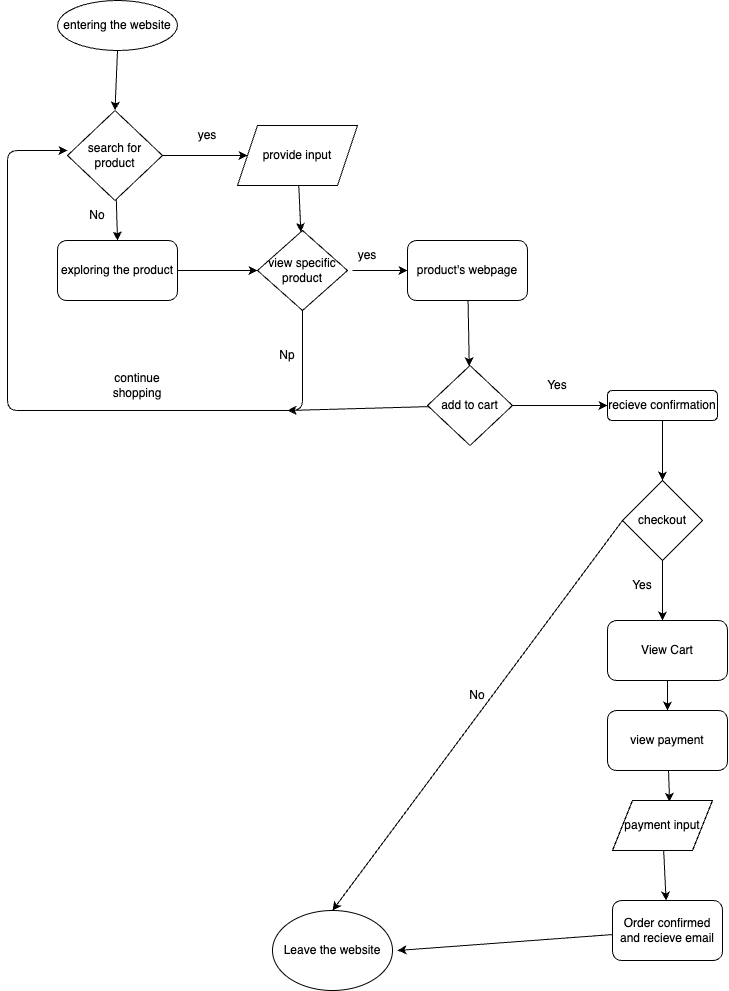
Earlier version of the draw.io export explore/diagramming/diagram.drawio.png (Mominahabibi19/sp24-cse110-lab4). Source tidied: cells renumbered, new cells last; positions are measured from the earlier drawing's top-left corner, leaving out a move shared by most shapes.
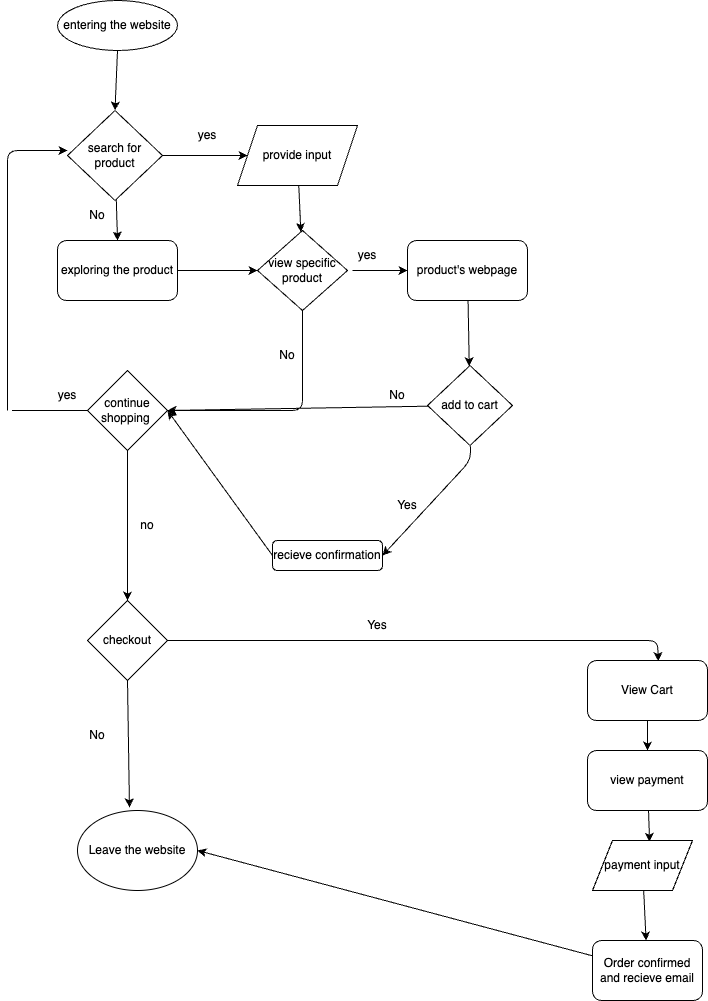
The same file after the commit.

Change to the diagram source:
```diff
@@ -38,12 +38,11 @@
     <mxCell id="12" value="entering the website" style="ellipse;whiteSpace=wrap;html=1;" parent="1" vertex="1">
       <mxGeometry x="50" width="120" height="50" as="geometry" />
     </mxCell>
-    <mxCell id="13" style="edgeStyle=none;html=1;" parent="1" edge="1" source="14">
+    <mxCell id="13" style="edgeStyle=none;html=1;startArrow=none;" parent="1" edge="1">
       <mxGeometry relative="1" as="geometry">
+        <mxPoint y="410" as="sourcePoint" />
         <mxPoint x="60" y="150" as="targetPoint" />
         <Array as="points">
-          <mxPoint x="295" y="410" />
-          <mxPoint y="410" />
           <mxPoint y="150" />
         </Array>
       </mxGeometry>
@@ -54,13 +53,15 @@
     <mxCell id="15" value="No" style="text;html=1;strokeColor=none;fillColor=none;align=center;verticalAlign=middle;whiteSpace=wrap;rounded=0;" parent="1" vertex="1">
       <mxGeometry x="60" y="200" width="60" height="30" as="geometry" />
     </mxCell>
-    <mxCell id="16" style="edgeStyle=none;html=1;" parent="1" edge="1" source="18" target="22">
-      <mxGeometry relative="1" as="geometry" />
+    <mxCell id="16" style="edgeStyle=none;html=1;entryX=1;entryY=0.5;entryDx=0;entryDy=0;" parent="1" edge="1" source="18" target="22">
+      <mxGeometry relative="1" as="geometry">
+        <Array as="points">
+          <mxPoint x="463" y="460" />
+        </Array>
+      </mxGeometry>
     </mxCell>
-    <mxCell id="17" style="edgeStyle=none;html=1;" parent="1" edge="1" source="18">
-      <mxGeometry relative="1" as="geometry">
-        <mxPoint x="280" y="410" as="targetPoint" />
-      </mxGeometry>
+    <mxCell id="17" style="edgeStyle=none;html=1;entryX=1;entryY=0.5;entryDx=0;entryDy=0;" parent="1" edge="1" source="18" target="37">
+      <mxGeometry relative="1" as="geometry" />
     </mxCell>
     <mxCell id="18" value="add to cart" style="rhombus;whiteSpace=wrap;html=1;" parent="1" vertex="1">
       <mxGeometry x="420" y="365" width="85" height="80" as="geometry" />
@@ -73,51 +74,54 @@
     <mxCell id="20" value="yes" style="text;html=1;strokeColor=none;fillColor=none;align=center;verticalAlign=middle;whiteSpace=wrap;rounded=0;" parent="1" vertex="1">
       <mxGeometry x="330" y="240" width="60" height="30" as="geometry" />
     </mxCell>
-    <mxCell id="21" style="edgeStyle=none;html=1;entryX=0.5;entryY=0;entryDx=0;entryDy=0;" parent="1" edge="1" source="22" target="25">
-      <mxGeometry relative="1" as="geometry" />
-    </mxCell>
+    <mxCell id="42" style="edgeStyle=none;html=1;exitX=0;exitY=0.5;exitDx=0;exitDy=0;" parent="1" edge="1" source="22">
+      <mxGeometry relative="1" as="geometry">
+        <mxPoint x="160" y="410" as="targetPoint" />
+      </mxGeometry>
+    </mxCell>
     <mxCell id="22" value="recieve confirmation" style="rounded=1;whiteSpace=wrap;html=1;" parent="1" vertex="1">
-      <mxGeometry x="600" y="390" width="110" height="30" as="geometry" />
+      <mxGeometry x="265" y="540" width="110" height="30" as="geometry" />
     </mxCell>
-    <mxCell id="23" style="edgeStyle=none;html=1;" parent="1" edge="1" source="25">
+    <mxCell id="23" style="edgeStyle=none;html=1;entryX=0.59;entryY=0.01;entryDx=0;entryDy=0;entryPerimeter=0;" parent="1" edge="1" source="25" target="28">
       <mxGeometry relative="1" as="geometry">
-        <mxPoint x="655" y="620" as="targetPoint" />
+        <Array as="points">
+          <mxPoint x="410" y="640" />
+          <mxPoint x="650" y="640" />
+        </Array>
       </mxGeometry>
     </mxCell>
-    <mxCell id="24" style="edgeStyle=none;html=1;entryX=0.5;entryY=0;entryDx=0;entryDy=0;exitX=0;exitY=0.5;exitDx=0;exitDy=0;" parent="1" edge="1" source="25" target="26">
+    <mxCell id="24" style="edgeStyle=none;html=1;entryX=0.433;entryY=-0.039;entryDx=0;entryDy=0;exitX=0.5;exitY=1;exitDx=0;exitDy=0;entryPerimeter=0;" parent="1" edge="1" source="25" target="26">
       <mxGeometry relative="1" as="geometry" />
     </mxCell>
     <mxCell id="25" value="checkout" style="rhombus;whiteSpace=wrap;html=1;" parent="1" vertex="1">
-      <mxGeometry x="615" y="480" width="80" height="80" as="geometry" />
+      <mxGeometry x="80" y="600" width="80" height="80" as="geometry" />
     </mxCell>
     <mxCell id="26" value="Leave the website" style="ellipse;whiteSpace=wrap;html=1;" parent="1" vertex="1">
-      <mxGeometry x="265" y="910" width="120" height="80" as="geometry" />
+      <mxGeometry x="70" y="810" width="120" height="80" as="geometry" />
     </mxCell>
     <mxCell id="27" style="edgeStyle=none;html=1;entryX=0.5;entryY=0;entryDx=0;entryDy=0;" parent="1" edge="1" source="28" target="30">
       <mxGeometry relative="1" as="geometry" />
     </mxCell>
     <mxCell id="28" value="View Cart" style="rounded=1;whiteSpace=wrap;html=1;" parent="1" vertex="1">
-      <mxGeometry x="600" y="620" width="120" height="60" as="geometry" />
+      <mxGeometry x="580" y="660" width="120" height="60" as="geometry" />
     </mxCell>
     <mxCell id="29" style="edgeStyle=none;html=1;entryX=0.571;entryY=0.025;entryDx=0;entryDy=0;entryPerimeter=0;" parent="1" edge="1" source="30" target="32">
       <mxGeometry relative="1" as="geometry" />
     </mxCell>
     <mxCell id="30" value="view payment" style="rounded=1;whiteSpace=wrap;html=1;" parent="1" vertex="1">
-      <mxGeometry x="600" y="710" width="120" height="60" as="geometry" />
+      <mxGeometry x="580" y="750" width="120" height="60" as="geometry" />
     </mxCell>
     <mxCell id="31" style="edgeStyle=none;html=1;" parent="1" edge="1" source="32" target="34">
       <mxGeometry relative="1" as="geometry" />
     </mxCell>
     <mxCell id="32" value="payment input" style="shape=parallelogram;perimeter=parallelogramPerimeter;whiteSpace=wrap;html=1;fixedSize=1;" parent="1" vertex="1">
-      <mxGeometry x="605" y="800" width="100" height="50" as="geometry" />
+      <mxGeometry x="585" y="840" width="100" height="50" as="geometry" />
     </mxCell>
-    <mxCell id="33" style="edgeStyle=none;html=1;" parent="1" edge="1" source="34">
-      <mxGeometry relative="1" as="geometry">
-        <mxPoint x="390" y="950" as="targetPoint" />
-      </mxGeometry>
-    </mxCell>
+    <mxCell id="43" style="edgeStyle=none;html=1;entryX=1;entryY=0.5;entryDx=0;entryDy=0;" parent="1" edge="1" source="34" target="26">
+      <mxGeometry relative="1" as="geometry" />
+    </mxCell>
     <mxCell id="34" value="Order confirmed and recieve email" style="rounded=1;whiteSpace=wrap;html=1;" parent="1" vertex="1">
-      <mxGeometry x="605" y="900" width="110" height="60" as="geometry" />
+      <mxGeometry x="585" y="940" width="110" height="60" as="geometry" />
     </mxCell>
     <mxCell id="35" style="edgeStyle=none;html=1;" parent="1" edge="1" source="36" target="18">
       <mxGeometry relative="1" as="geometry" />
@@ -125,20 +129,42 @@
     <mxCell id="36" value="product's webpage" style="rounded=1;whiteSpace=wrap;html=1;" parent="1" vertex="1">
       <mxGeometry x="400" y="240" width="120" height="60" as="geometry" />
     </mxCell>
-    <mxCell id="37" value="continue shopping" style="text;html=1;strokeColor=none;fillColor=none;align=center;verticalAlign=middle;whiteSpace=wrap;rounded=0;" parent="1" vertex="1">
-      <mxGeometry x="100" y="370" width="60" height="30" as="geometry" />
-    </mxCell>
     <mxCell id="38" value="Yes" style="text;html=1;strokeColor=none;fillColor=none;align=center;verticalAlign=middle;whiteSpace=wrap;rounded=0;" parent="1" vertex="1">
-      <mxGeometry x="520" y="370" width="60" height="30" as="geometry" />
+      <mxGeometry x="370" y="490" width="60" height="30" as="geometry" />
     </mxCell>
     <mxCell id="39" value="Yes" style="text;html=1;strokeColor=none;fillColor=none;align=center;verticalAlign=middle;whiteSpace=wrap;rounded=0;" parent="1" vertex="1">
-      <mxGeometry x="605" y="570" width="60" height="30" as="geometry" />
+      <mxGeometry x="340" y="610" width="60" height="30" as="geometry" />
     </mxCell>
     <mxCell id="40" value="No" style="text;html=1;strokeColor=none;fillColor=none;align=center;verticalAlign=middle;whiteSpace=wrap;rounded=0;" parent="1" vertex="1">
-      <mxGeometry x="440" y="680" width="60" height="30" as="geometry" />
+      <mxGeometry x="60" y="720" width="60" height="30" as="geometry" />
     </mxCell>
-    <mxCell id="41" value="Np" style="text;html=1;strokeColor=none;fillColor=none;align=center;verticalAlign=middle;whiteSpace=wrap;rounded=0;" parent="1" vertex="1">
+    <mxCell id="41" value="No" style="text;html=1;strokeColor=none;fillColor=none;align=center;verticalAlign=middle;whiteSpace=wrap;rounded=0;" parent="1" vertex="1">
       <mxGeometry x="250" y="340" width="60" height="30" as="geometry" />
     </mxCell>
+    <mxCell id="44" style="edgeStyle=none;html=1;exitX=0.5;exitY=1;exitDx=0;exitDy=0;" parent="1" edge="1" source="37">
+      <mxGeometry relative="1" as="geometry">
+        <mxPoint x="120" y="600" as="targetPoint" />
+      </mxGeometry>
+    </mxCell>
+    <mxCell id="45" value="no" style="text;html=1;strokeColor=none;fillColor=none;align=center;verticalAlign=middle;whiteSpace=wrap;rounded=0;" parent="1" vertex="1">
+      <mxGeometry x="110" y="510" width="60" height="30" as="geometry" />
+    </mxCell>
+    <mxCell id="46" value="yes" style="text;html=1;strokeColor=none;fillColor=none;align=center;verticalAlign=middle;whiteSpace=wrap;rounded=0;" parent="1" vertex="1">
+      <mxGeometry x="30" y="380" width="60" height="30" as="geometry" />
+    </mxCell>
+    <mxCell id="47" style="edgeStyle=none;html=1;endArrow=none;" parent="1" edge="1" source="14" target="37">
+      <mxGeometry relative="1" as="geometry">
+        <Array as="points">
+          <mxPoint x="295" y="410" />
+          <mxPoint y="410" />
+        </Array>
+      </mxGeometry>
+    </mxCell>
+    <mxCell id="37" value="continue shopping&amp;nbsp;" style="rhombus;whiteSpace=wrap;html=1;" parent="1" vertex="1">
+      <mxGeometry x="80" y="370" width="80" height="80" as="geometry" />
+    </mxCell>
+    <mxCell id="48" value="No" style="text;html=1;strokeColor=none;fillColor=none;align=center;verticalAlign=middle;whiteSpace=wrap;rounded=0;" parent="1" vertex="1">
+      <mxGeometry x="360" y="380" width="60" height="30" as="geometry" />
+    </mxCell>
   </root>
 </mxGraphModel>
```
